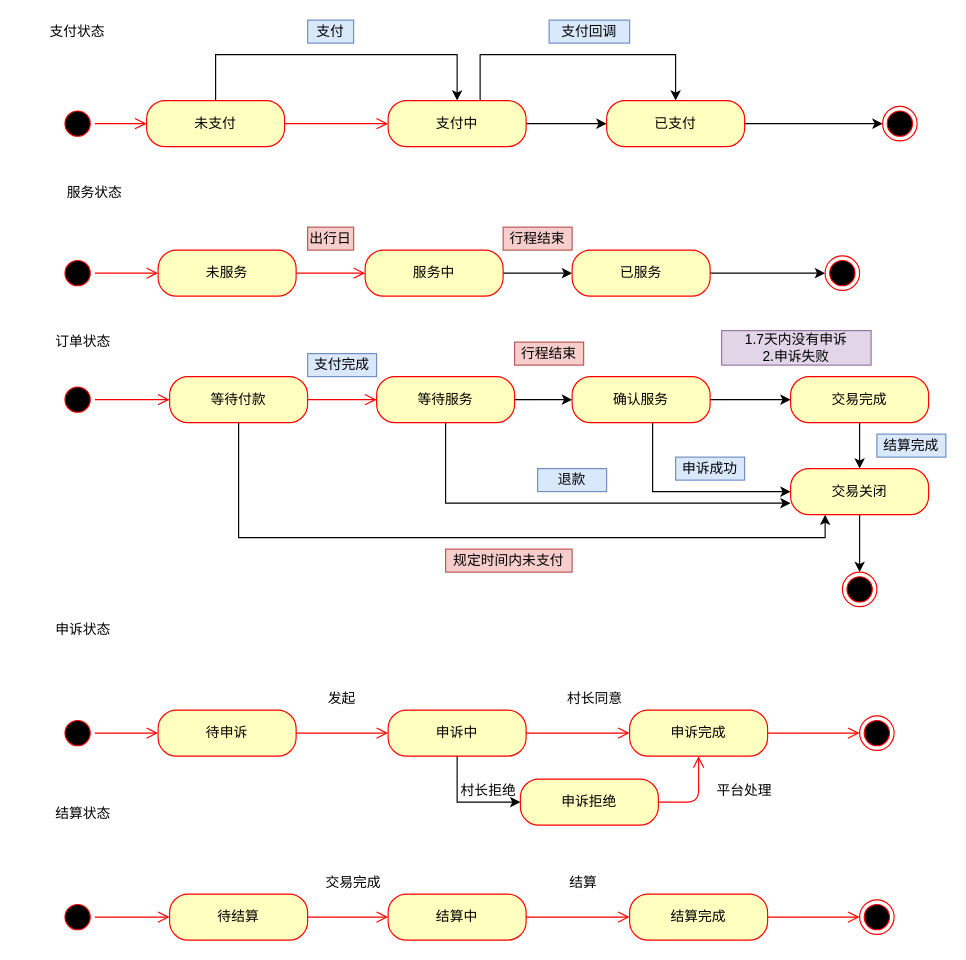
Above: page "新订单状态" (9 of 9) of 码上趣.drawio in JhonShi/mashangqu (draw.io), before the change. Source tidied: cells renumbered, new cells numbered last; positions are measured from the earlier drawing's top-left corner, leaving out a move shared by most shapes. Both pictures are drawn from the tidied source at 115%, with x=0, y=0 at pixel (20, 20).
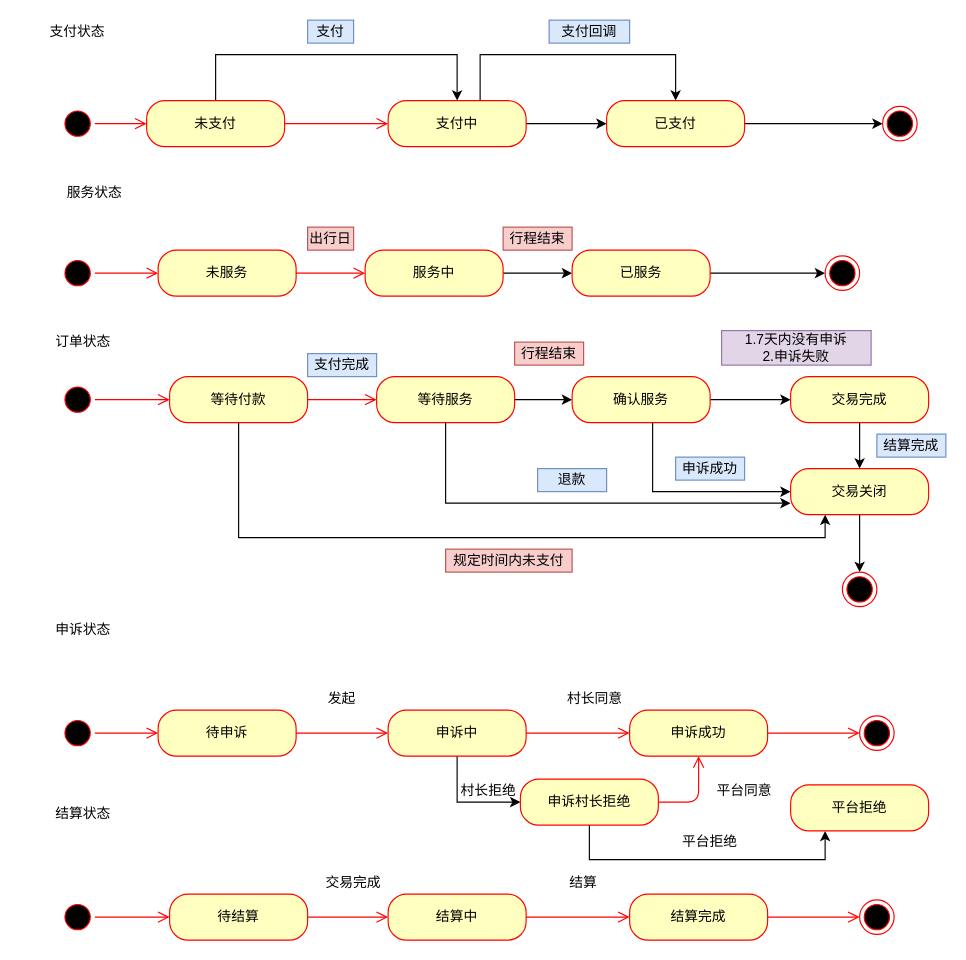
The same page after the edit.

Commit message:
更新码上趣.drawio

Diff of the diagram source:
```diff
@@
-    <mxCell id="53" value="申诉完成" style="rounded=1;whiteSpace=wrap;html=1;arcSize=40;fontColor=#000000;fillColor=#ffffc0;strokeColor=#ff0000;" parent="1" vertex="1">
+    <mxCell id="53" value="申诉成功" style="rounded=1;whiteSpace=wrap;html=1;arcSize=40;fontColor=#000000;fillColor=#ffffc0;strokeColor=#ff0000;" parent="1" vertex="1">
       <mxGeometry x="530" y="600" width="120" height="40" as="geometry" />
     </mxCell>
@@
+    <mxCell id="81" style="edgeStyle=orthogonalEdgeStyle;rounded=0;jettySize=auto;html=1;" parent="1" edge="1" source="77" target="82">
+      <mxGeometry relative="1" as="geometry">
+        <Array as="points">
+          <mxPoint x="495" y="730" />
+          <mxPoint x="700" y="730" />
+        </Array>
+      </mxGeometry>
+    </mxCell>
-    <mxCell id="77" value="申诉拒绝" style="rounded=1;whiteSpace=wrap;html=1;arcSize=40;fontColor=#000000;fillColor=#ffffc0;strokeColor=#ff0000;" parent="1" vertex="1">
+    <mxCell id="77" value="申诉村长拒绝" style="rounded=1;whiteSpace=wrap;html=1;arcSize=40;fontColor=#000000;fillColor=#ffffc0;strokeColor=#ff0000;" parent="1" vertex="1">
       <mxGeometry x="435" y="660" width="120" height="40" as="geometry" />
     </mxCell>
@@
-    <mxCell id="80" value="平台处理" style="text;html=1;strokeColor=none;fillColor=none;align=center;verticalAlign=middle;whiteSpace=wrap;rounded=0;" parent="1" vertex="1">
+    <mxCell id="80" value="平台同意" style="text;html=1;strokeColor=none;fillColor=none;align=center;verticalAlign=middle;whiteSpace=wrap;rounded=0;" parent="1" vertex="1">
       <mxGeometry x="590" y="660" width="80" height="20" as="geometry" />
     </mxCell>
+    <mxCell id="82" value="平台拒绝" style="rounded=1;whiteSpace=wrap;html=1;arcSize=40;fontColor=#000000;fillColor=#ffffc0;strokeColor=#ff0000;" parent="1" vertex="1">
+      <mxGeometry x="670" y="665" width="120" height="40" as="geometry" />
+    </mxCell>
+    <mxCell id="83" value="平台拒绝" style="text;html=1;strokeColor=none;fillColor=none;align=center;verticalAlign=middle;whiteSpace=wrap;rounded=0;" parent="1" vertex="1">
+      <mxGeometry x="560" y="705" width="80" height="20" as="geometry" />
+    </mxCell>
```
